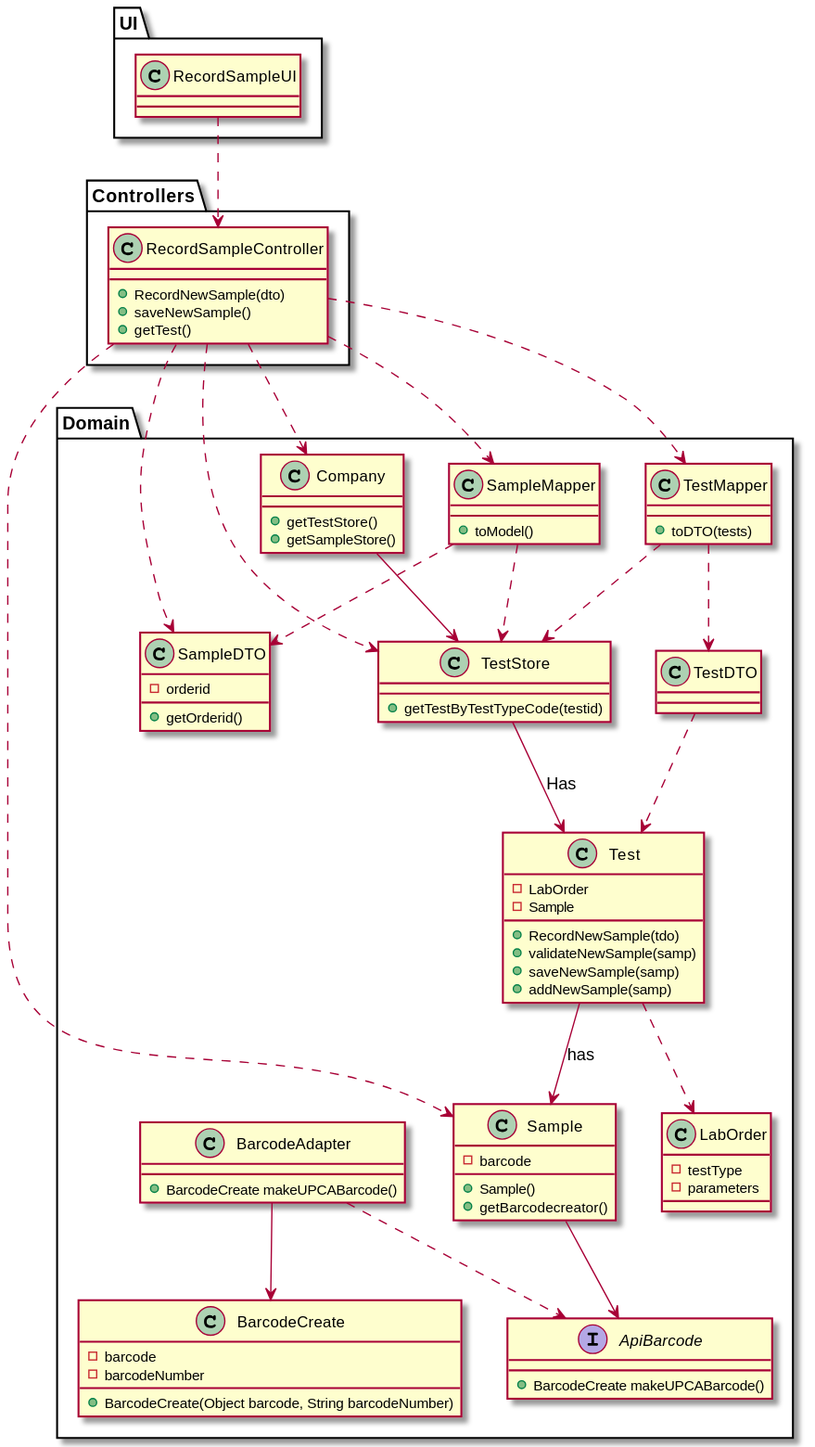
Earlier version of the PlantUML export docs/SprintC/US5_RecordTheSample/US005_CD.svg (Pedromaia26/LAPR2-ISEP).
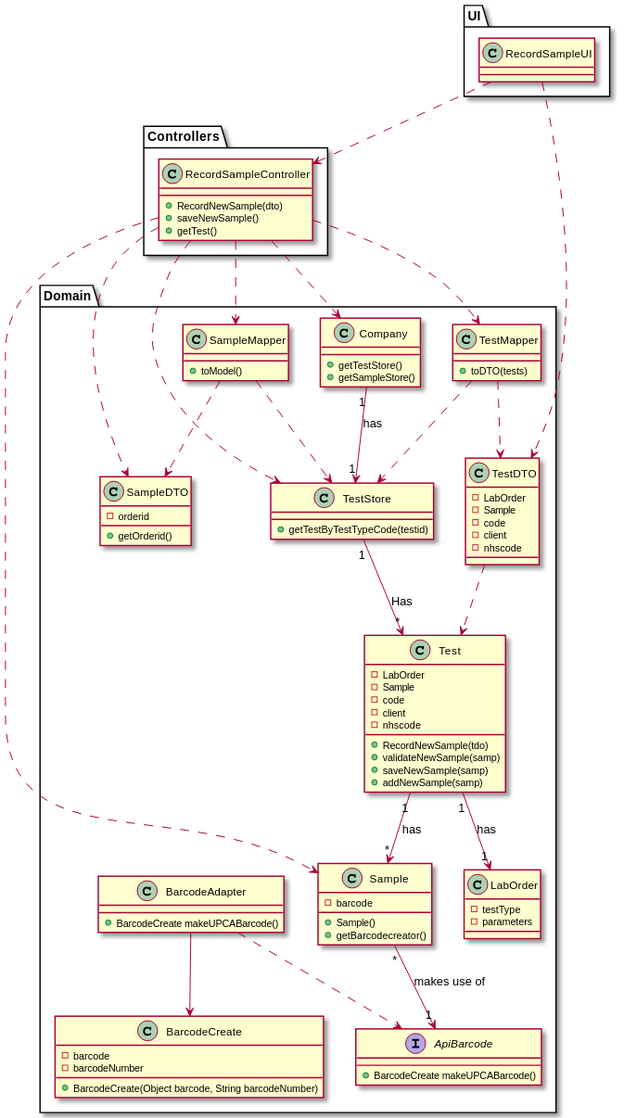
The same diagram one commit later.

Diff of the diagram source:
```diff
@@ -29,6 +29,7 @@
 RecordSampleController..>SampleMapper
 RecordSampleController..>TestStore
 
+RecordSampleUI ..> TestDTO
 
 
 
@@ -42,9 +43,9 @@
 RecordSampleController : +getTest()
 
 
-Test --> Sample: has
+Test"1" -->"*" Sample: has
 
-Company --> TestStore
+Company"1" -->"1" TestStore :has
 
 TestStore : +getTestByTestTypeCode(testid)
 
@@ -52,13 +53,13 @@
 TestDTO..> Test
 
 
-TestStore --> Test : Has
+TestStore"1" -->"*"Test : Has
 SampleMapper ..> SampleDTO
 
 
 TestMapper ..> TestStore
 
-Test ..> LabOrder
+Test "1" --> "1" LabOrder : has
 LabOrder : -testType
 LabOrder : -parameters
 
@@ -69,7 +70,7 @@
 
 SampleMapper ..> TestStore
 
-Sample --> ApiBarcode
+Sample"*" -->"1"ApiBarcode : makes use of
 
 BarcodeAdapter  ..> ApiBarcode
 
@@ -94,6 +95,16 @@
 Test : +addNewSample(samp)
 Test : -LabOrder
 Test : -Sample
+Test : -code
+Test : -client
+Test : -nhscode
+
+
+TestDTO : -LabOrder
+TestDTO : -Sample
+TestDTO : -code
+TestDTO : -client
+TestDTO : -nhscode
 
 SampleDTO : +getOrderid()
 
```
